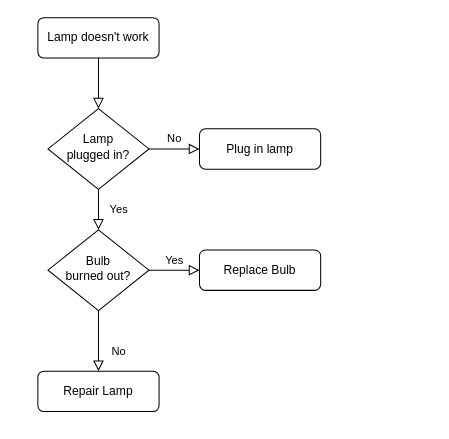
The draw.io diagram Dnd Api Data Combine With Local Config.drawio in SmileSB1O1/draw-active, before the edit. Source tidied: cells renumbered, new cells numbered last; positions are measured from the earlier drawing's top-left corner, leaving out a move shared by most shapes. Both pictures are drawn from the tidied source at 101%, with x=0, y=0 at pixel (37, 17).
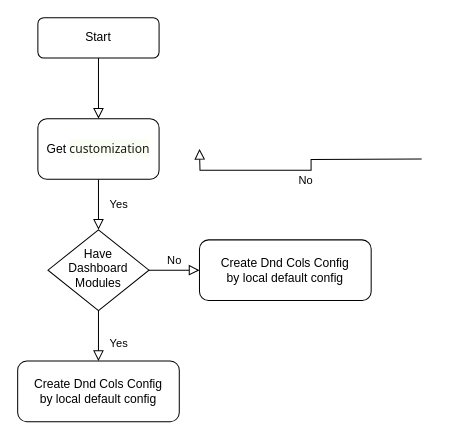
After the change.

Diff of the diagram source:
```diff
@@
 <mxGraphModel>
   <root>
     <mxCell id="0" />
     <mxCell id="1" parent="0" />
-    <mxCell id="2" style="rounded=0;html=1;jettySize=auto;fontSize=11;endArrow=block;endFill=0;endSize=8;strokeWidth=1;shadow=0;labelBackgroundColor=none;edgeStyle=orthogonalEdgeStyle;" parent="1" edge="1" source="3" target="6">
+    <mxCell id="2" style="rounded=0;html=1;jettySize=auto;fontSize=11;endArrow=block;endFill=0;endSize=8;strokeWidth=1;shadow=0;labelBackgroundColor=none;edgeStyle=orthogonalEdgeStyle;" parent="1" edge="1" source="3" target="13">
       <mxGeometry relative="1" as="geometry" />
     </mxCell>
-    <mxCell id="3" value="Lamp doesn't work" style="rounded=1;whiteSpace=wrap;html=1;fontSize=12;glass=0;strokeWidth=1;shadow=0;" parent="1" vertex="1">
+    <mxCell id="3" value="Start" style="rounded=1;whiteSpace=wrap;html=1;fontSize=12;glass=0;strokeWidth=1;shadow=0;" parent="1" vertex="1">
       <mxGeometry width="120" height="40" as="geometry" />
     </mxCell>
-    <mxCell id="4" value="Yes" style="rounded=0;html=1;jettySize=auto;fontSize=11;endArrow=block;endFill=0;endSize=8;strokeWidth=1;shadow=0;labelBackgroundColor=none;edgeStyle=orthogonalEdgeStyle;" parent="1" edge="1" source="6" target="10">
+    <mxCell id="4" value="Yes" style="rounded=0;html=1;jettySize=auto;fontSize=11;endArrow=block;endFill=0;endSize=8;strokeWidth=1;shadow=0;labelBackgroundColor=none;edgeStyle=orthogonalEdgeStyle;exitX=0.5;exitY=1;exitDx=0;exitDy=0;" parent="1" edge="1" source="13" target="10">
       <mxGeometry y="20" relative="1" as="geometry" />
     </mxCell>
-    <mxCell id="5" value="No" style="edgeStyle=orthogonalEdgeStyle;rounded=0;html=1;jettySize=auto;fontSize=11;endArrow=block;endFill=0;endSize=8;strokeWidth=1;shadow=0;labelBackgroundColor=none;" parent="1" edge="1" source="6" target="7">
-      <mxGeometry y="10" relative="1" as="geometry" />
+    <mxCell id="5" value="No" style="edgeStyle=orthogonalEdgeStyle;rounded=0;html=1;jettySize=auto;orthogonalLoop=1;fontSize=11;endArrow=block;endFill=0;endSize=8;strokeWidth=1;shadow=0;labelBackgroundColor=none;" parent="1" edge="1">
+      <mxGeometry y="10" relative="1" as="geometry">
+        <mxPoint x="380" y="140" as="sourcePoint" />
+        <mxPoint x="160" y="130" as="targetPoint" />
+      </mxGeometry>
     </mxCell>
-    <mxCell id="6" value="Lamp&lt;br&gt;plugged in?" style="rhombus;whiteSpace=wrap;html=1;shadow=0;fontFamily=Helvetica;fontSize=12;align=center;strokeWidth=1;spacing=6;spacingTop=-4;" parent="1" vertex="1">
-      <mxGeometry x="10" y="90" width="100" height="80" as="geometry" />
-    </mxCell>
-    <mxCell id="7" value="Plug in lamp" style="rounded=1;whiteSpace=wrap;html=1;fontSize=12;glass=0;strokeWidth=1;shadow=0;" parent="1" vertex="1">
-      <mxGeometry x="160" y="110" width="120" height="40" as="geometry" />
-    </mxCell>
-    <mxCell id="8" value="No" style="rounded=0;html=1;jettySize=auto;fontSize=11;endArrow=block;endFill=0;endSize=8;strokeWidth=1;shadow=0;labelBackgroundColor=none;edgeStyle=orthogonalEdgeStyle;" parent="1" edge="1" source="10" target="11">
+    <mxCell id="8" value="Yes" style="rounded=0;html=1;jettySize=auto;fontSize=11;endArrow=block;endFill=0;endSize=8;strokeWidth=1;shadow=0;labelBackgroundColor=none;edgeStyle=orthogonalEdgeStyle;" parent="1" edge="1" source="10" target="11">
       <mxGeometry x="0.33" y="20" relative="1" as="geometry" />
     </mxCell>
-    <mxCell id="9" value="Yes" style="edgeStyle=orthogonalEdgeStyle;rounded=0;html=1;jettySize=auto;fontSize=11;endArrow=block;endFill=0;endSize=8;strokeWidth=1;shadow=0;labelBackgroundColor=none;" parent="1" edge="1" source="10" target="12">
+    <mxCell id="9" value="No" style="edgeStyle=orthogonalEdgeStyle;rounded=0;html=1;jettySize=auto;fontSize=11;endArrow=block;endFill=0;endSize=8;strokeWidth=1;shadow=0;labelBackgroundColor=none;" parent="1" edge="1" source="10" target="12">
       <mxGeometry y="10" relative="1" as="geometry" />
     </mxCell>
-    <mxCell id="10" value="Bulb&lt;br&gt;burned out?" style="rhombus;whiteSpace=wrap;html=1;shadow=0;fontFamily=Helvetica;fontSize=12;align=center;strokeWidth=1;spacing=6;spacingTop=-4;" parent="1" vertex="1">
+    <mxCell id="10" value="Have Dashboard Modules" style="rhombus;whiteSpace=wrap;html=1;shadow=0;fontFamily=Helvetica;fontSize=12;align=center;strokeWidth=1;spacing=6;spacingTop=-4;" parent="1" vertex="1">
       <mxGeometry x="10" y="210" width="100" height="80" as="geometry" />
     </mxCell>
-    <mxCell id="11" value="Repair Lamp" style="rounded=1;whiteSpace=wrap;html=1;fontSize=12;glass=0;strokeWidth=1;shadow=0;" parent="1" vertex="1">
-      <mxGeometry y="350" width="120" height="40" as="geometry" />
+    <mxCell id="11" value="Create Dnd Cols Config&lt;div&gt;by local default config&lt;/div&gt;" style="rounded=1;whiteSpace=wrap;html=1;fontSize=12;glass=0;strokeWidth=1;shadow=0;" parent="1" vertex="1">
+      <mxGeometry x="-20" y="340" width="160" height="60" as="geometry" />
     </mxCell>
-    <mxCell id="12" value="Replace Bulb" style="rounded=1;whiteSpace=wrap;html=1;fontSize=12;glass=0;strokeWidth=1;shadow=0;" parent="1" vertex="1">
-      <mxGeometry x="160" y="230" width="120" height="40" as="geometry" />
+    <mxCell id="12" value="Create Dnd Cols Config&lt;div&gt;by local default config&lt;/div&gt;" style="rounded=1;whiteSpace=wrap;html=1;fontSize=12;glass=0;strokeWidth=1;shadow=0;" parent="1" vertex="1">
+      <mxGeometry x="160" y="220" width="170" height="60" as="geometry" />
     </mxCell>
+    <mxCell id="13" value="Get&amp;nbsp;&lt;span style=&quot;color: rgb(25, 29, 23); font-family: system-ui, sans-serif; text-align: start; background-color: rgb(250, 253, 244);&quot;&gt;customization&lt;/span&gt;" style="rounded=1;whiteSpace=wrap;html=1;" parent="1" vertex="1">
+      <mxGeometry y="100" width="120" height="60" as="geometry" />
+    </mxCell>
   </root>
 </mxGraphModel>
```
